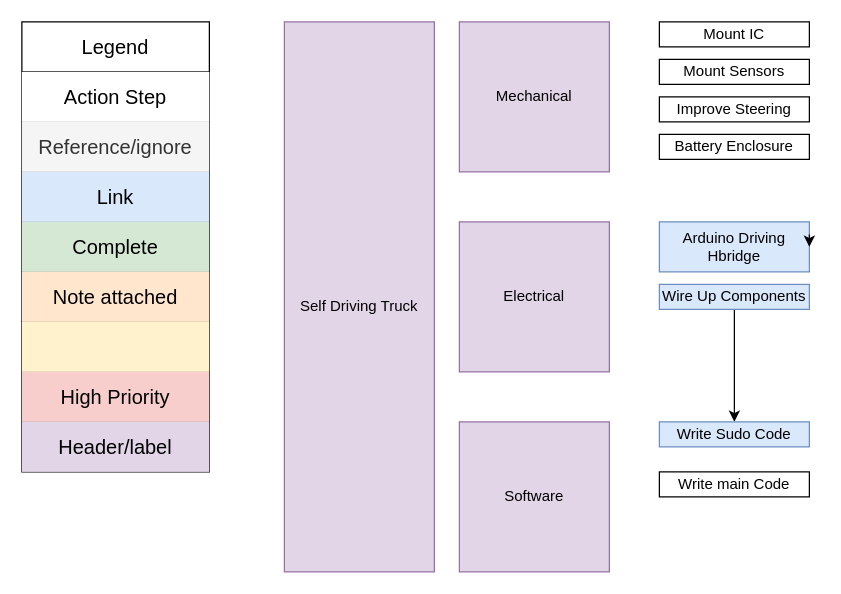
Before: page "Overview" (1 of 5) of Self_Driving_Truck.drawio in usernamesareusless/Truck, a draw.io diagram. Source tidied: cells renumbered, new cells numbered last; positions are measured from the earlier drawing's top-left corner, leaving out a move shared by most shapes. Both pictures are drawn from the tidied source at 125%, with x=0, y=0 at pixel (21, 21).
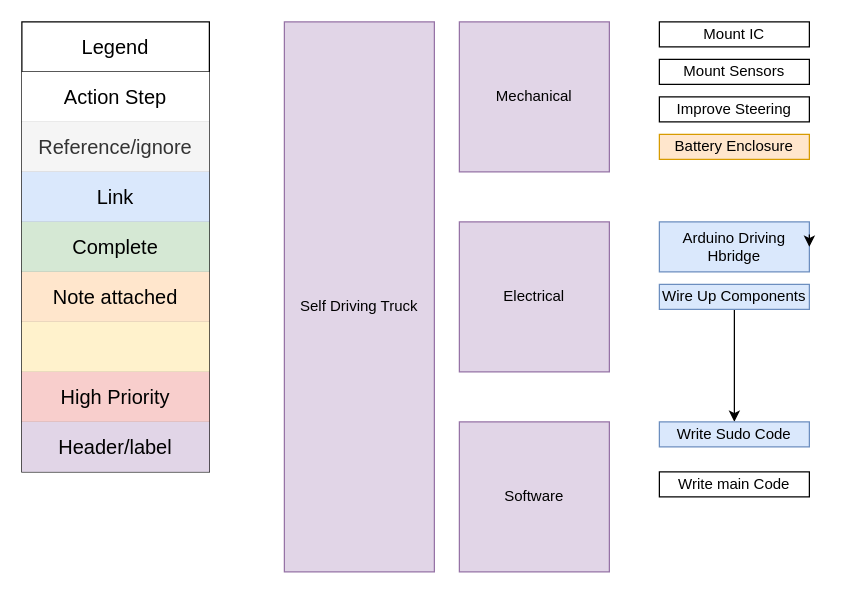
After the change.

Change to the diagram source:
```diff
@@
-    <mxCell id="11" value="Battery Enclosure" style="rounded=0;whiteSpace=wrap;html=1;" parent="1" vertex="1">
+    <mxCell id="11" value="Battery Enclosure" style="rounded=0;whiteSpace=wrap;html=1;fillColor=#ffe6cc;strokeColor=#d79b00;" parent="1" vertex="1">
       <mxGeometry x="510" y="90" width="120" height="20" as="geometry" />
     </mxCell>
```
